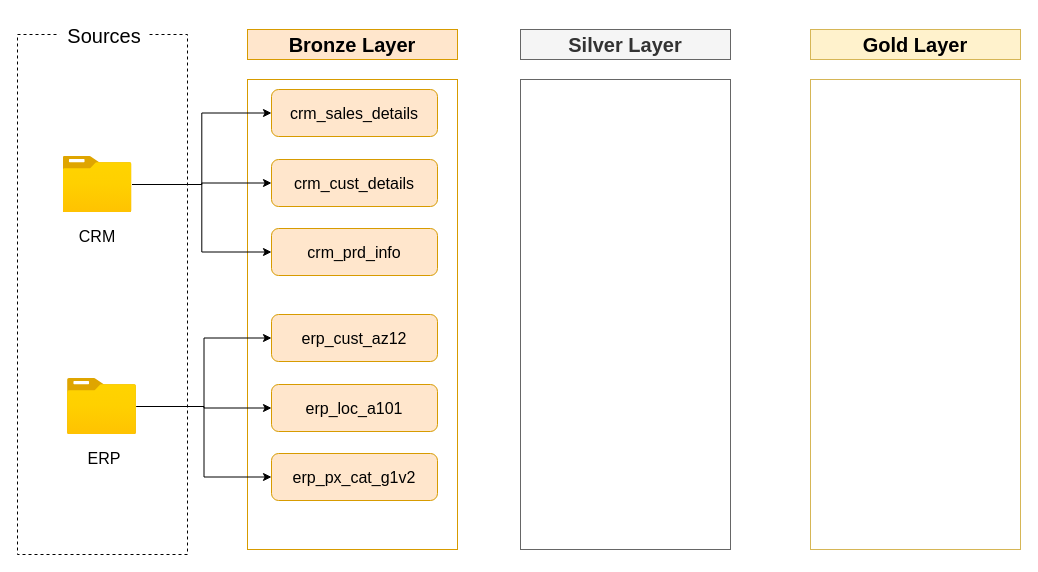
The draw.io diagram docs/Data Flow Diagram.drawio in pietro-cg/sql-data-warehouse-project, before the edit. Source tidied: cells renumbered, new cells numbered last; positions are measured from the earlier drawing's top-left corner, leaving out a move shared by most shapes. Both pictures are drawn from the tidied source at 100%, with x=0, y=0 at pixel (17, 17).
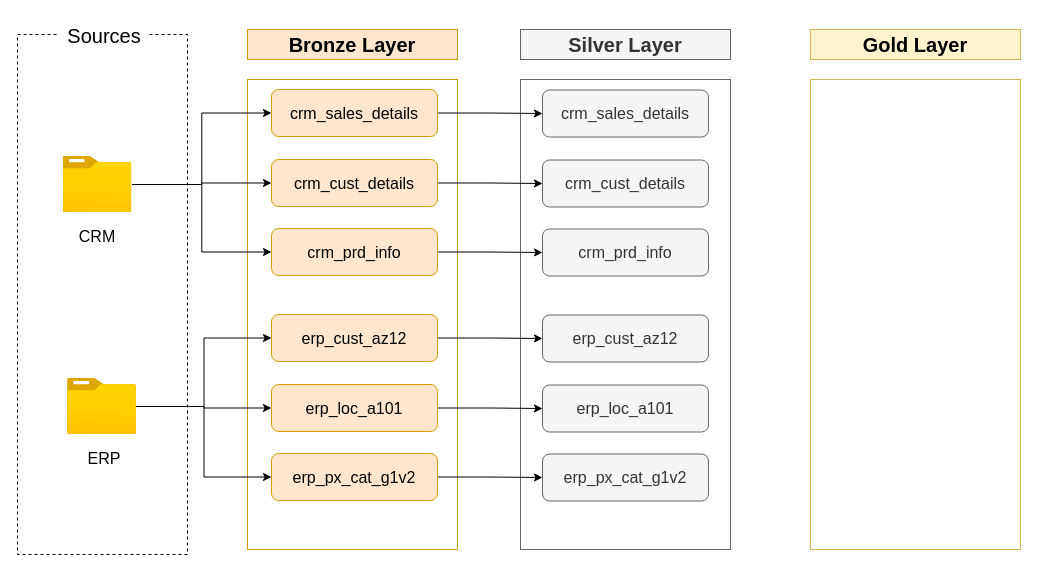
The same diagram, later.

Commit message (it also covers changes not shown here):
Adding silver quality checks and updated Data Flow Diagram Documentation with Silver Layer Tables

The change refers to these unchanged cells:
```xml
<mxCell id="20" value="crm_sales_details" style="rounded=1;whiteSpace=wrap;html=1;fillColor=#ffe6cc;strokeColor=#d79b00;fontSize=16;" parent="1" vertex="1">
  <mxGeometry x="254" y="72" width="166" height="47" as="geometry" />
</mxCell>
<mxCell id="21" value="crm_cust_details" style="rounded=1;whiteSpace=wrap;html=1;fillColor=#ffe6cc;strokeColor=#d79b00;fontSize=16;" parent="1" vertex="1">
  <mxGeometry x="254" y="142" width="166" height="47" as="geometry" />
</mxCell>
<mxCell id="22" value="crm_prd_info" style="rounded=1;whiteSpace=wrap;html=1;fillColor=#ffe6cc;strokeColor=#d79b00;fontSize=16;" parent="1" vertex="1">
  <mxGeometry x="254" y="211" width="166" height="47" as="geometry" />
</mxCell>
<mxCell id="23" value="erp_cust_az12" style="rounded=1;whiteSpace=wrap;html=1;fillColor=#ffe6cc;strokeColor=#d79b00;fontSize=16;" parent="1" vertex="1">
  <mxGeometry x="254" y="297" width="166" height="47" as="geometry" />
</mxCell>
<mxCell id="24" value="erp_loc_a101" style="rounded=1;whiteSpace=wrap;html=1;fillColor=#ffe6cc;strokeColor=#d79b00;fontSize=16;" parent="1" vertex="1">
  <mxGeometry x="254" y="367" width="166" height="47" as="geometry" />
</mxCell>
<mxCell id="25" value="erp_px_cat_g1v2" style="rounded=1;whiteSpace=wrap;html=1;fillColor=#ffe6cc;strokeColor=#d79b00;fontSize=16;" parent="1" vertex="1">
  <mxGeometry x="254" y="436" width="166" height="47" as="geometry" />
</mxCell>
```

Change to the diagram source:
```diff
@@
+    <mxCell id="26" style="edgeStyle=orthogonalEdgeStyle;rounded=0;jettySize=auto;html=1;" parent="1" edge="1" source="20" target="32">
+      <mxGeometry relative="1" as="geometry" />
+    </mxCell>
@@
+    <mxCell id="27" style="edgeStyle=orthogonalEdgeStyle;rounded=0;jettySize=auto;html=1;entryX=0;entryY=0.5;entryDx=0;entryDy=0;" parent="1" edge="1" source="21" target="33">
+      <mxGeometry relative="1" as="geometry" />
+    </mxCell>
@@
+    <mxCell id="28" style="edgeStyle=orthogonalEdgeStyle;rounded=0;jettySize=auto;html=1;" parent="1" edge="1" source="22" target="34">
+      <mxGeometry relative="1" as="geometry" />
+    </mxCell>
@@
+    <mxCell id="29" style="edgeStyle=orthogonalEdgeStyle;rounded=0;jettySize=auto;html=1;entryX=0;entryY=0.5;entryDx=0;entryDy=0;" parent="1" edge="1" source="23" target="35">
+      <mxGeometry relative="1" as="geometry" />
+    </mxCell>
@@
+    <mxCell id="30" style="edgeStyle=orthogonalEdgeStyle;rounded=0;jettySize=auto;html=1;" parent="1" edge="1" source="24" target="36">
+      <mxGeometry relative="1" as="geometry" />
+    </mxCell>
@@
+    <mxCell id="31" style="edgeStyle=orthogonalEdgeStyle;rounded=0;jettySize=auto;html=1;" parent="1" edge="1" source="25" target="37">
+      <mxGeometry relative="1" as="geometry" />
+    </mxCell>
@@
+    <mxCell id="32" value="crm_sales_details" style="rounded=1;whiteSpace=wrap;html=1;fillColor=#f5f5f5;strokeColor=#666666;fontSize=16;fontColor=#333333;" parent="1" vertex="1">
+      <mxGeometry x="525" y="72.5" width="166" height="47" as="geometry" />
+    </mxCell>
+    <mxCell id="33" value="crm_cust_details" style="rounded=1;whiteSpace=wrap;html=1;fillColor=#f5f5f5;strokeColor=#666666;fontSize=16;fontColor=#333333;" parent="1" vertex="1">
+      <mxGeometry x="525" y="142.5" width="166" height="47" as="geometry" />
+    </mxCell>
+    <mxCell id="34" value="crm_prd_info" style="rounded=1;whiteSpace=wrap;html=1;fillColor=#f5f5f5;strokeColor=#666666;fontSize=16;fontColor=#333333;" parent="1" vertex="1">
+      <mxGeometry x="525" y="211.5" width="166" height="47" as="geometry" />
+    </mxCell>
+    <mxCell id="35" value="erp_cust_az12" style="rounded=1;whiteSpace=wrap;html=1;fillColor=#f5f5f5;strokeColor=#666666;fontSize=16;fontColor=#333333;" parent="1" vertex="1">
+      <mxGeometry x="525" y="297.5" width="166" height="47" as="geometry" />
+    </mxCell>
+    <mxCell id="36" value="erp_loc_a101" style="rounded=1;whiteSpace=wrap;html=1;fillColor=#f5f5f5;strokeColor=#666666;fontSize=16;fontColor=#333333;" parent="1" vertex="1">
+      <mxGeometry x="525" y="367.5" width="166" height="47" as="geometry" />
+    </mxCell>
+    <mxCell id="37" value="erp_px_cat_g1v2" style="rounded=1;whiteSpace=wrap;html=1;fillColor=#f5f5f5;strokeColor=#666666;fontSize=16;fontColor=#333333;" parent="1" vertex="1">
+      <mxGeometry x="525" y="436.5" width="166" height="47" as="geometry" />
+    </mxCell>
```
